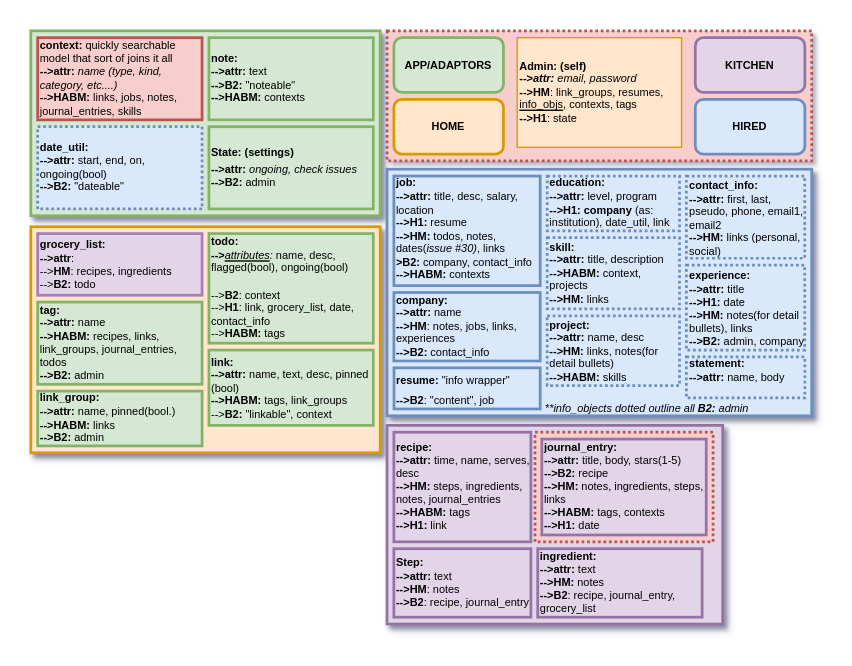
Above: docs/self.oo-map.drawio in horaciovelvetine/horaciovelvetine (draw.io), before the change. Source tidied: cells renumbered, new cells numbered last; positions are measured from the earlier drawing's top-left corner, leaving out a move shared by most shapes. Both pictures are drawn from the tidied source at 137%, with x=0, y=0 at pixel (30, 30).
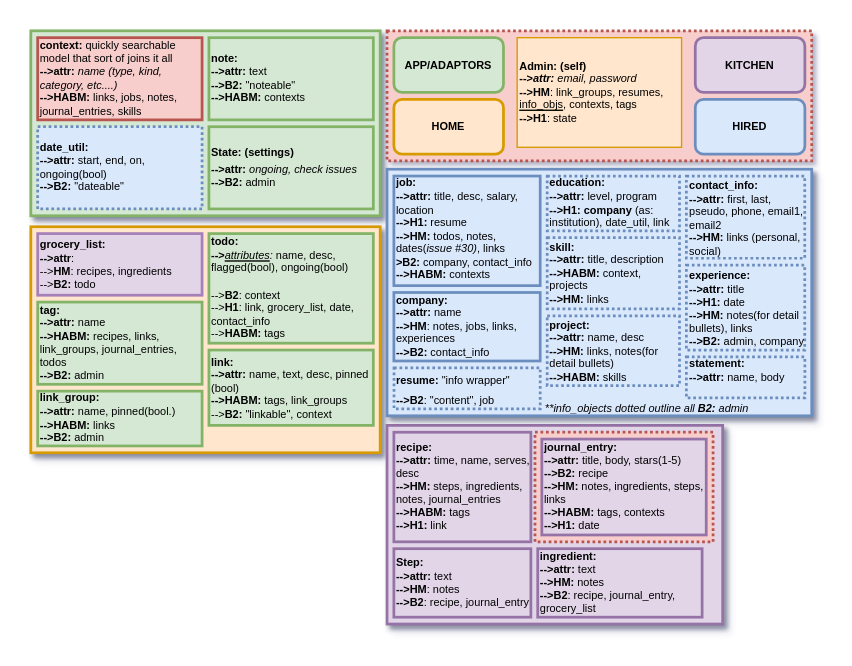
The same diagram, later.

Commit message:
reflects ongoing association changes

Unchanged cells that the change refers to:
```xml
<mxCell id="32" style="group;" parent="1" vertex="1">
  <mxGeometry x="265" y="106" width="106.8" height="170" as="geometry" />
</mxCell>
```

The edit, as a diff of the source:
```diff
@@
-    <mxCell id="35" value="&lt;b style=&quot;font-size: 8px&quot;&gt;resume:&amp;nbsp;&lt;/b&gt;&lt;span style=&quot;font-size: 8px&quot;&gt;&quot;info wrapper&quot;&lt;br&gt;&lt;/span&gt;&lt;b style=&quot;font-size: 8px&quot;&gt;--&amp;gt;B2&lt;/b&gt;&lt;span style=&quot;font-size: 8px&quot;&gt;: &quot;content&quot;, job&lt;/span&gt;" style="text;html=1;strokeColor=#6c8ebf;fillColor=#dae8fc;align=left;verticalAlign=middle;whiteSpace=wrap;rounded=0;strokeWidth=2;" parent="32" vertex="1">
+    <mxCell id="35" value="&lt;b style=&quot;font-size: 8px&quot;&gt;resume:&amp;nbsp;&lt;/b&gt;&lt;span style=&quot;font-size: 8px&quot;&gt;&quot;info wrapper&quot;&lt;br&gt;&lt;/span&gt;&lt;b style=&quot;font-size: 8px&quot;&gt;--&amp;gt;B2&lt;/b&gt;&lt;span style=&quot;font-size: 8px&quot;&gt;: &quot;content&quot;, job&lt;/span&gt;" style="text;html=1;strokeColor=#6c8ebf;fillColor=#dae8fc;align=left;verticalAlign=middle;whiteSpace=wrap;rounded=0;strokeWidth=2;dashed=1;dashPattern=1 1;" parent="32" vertex="1">
       <mxGeometry x="0.1" y="140" width="106.7" height="30" as="geometry" />
     </mxCell>
```
